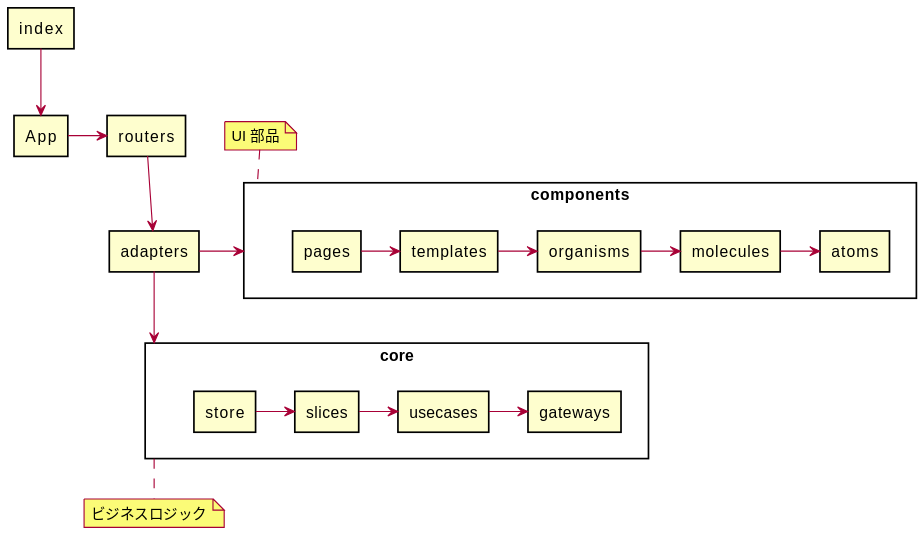
Above: docs/diagrams/out/architecture/dependencies.svg in yamagame/react-typescript-starter-app (PlantUML), before the change.
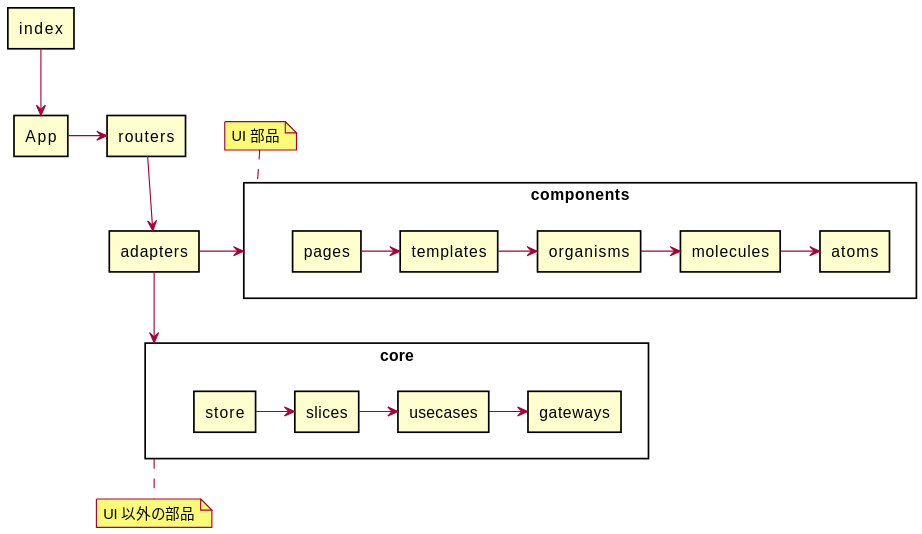
After the change.

What changed in the source:
```diff
@@ -44,7 +44,7 @@
 adapters --> core
 
 note bottom of core
-  ビジネスロジック
+  UI 以外の部品
 end note
 
 @enduml
```
